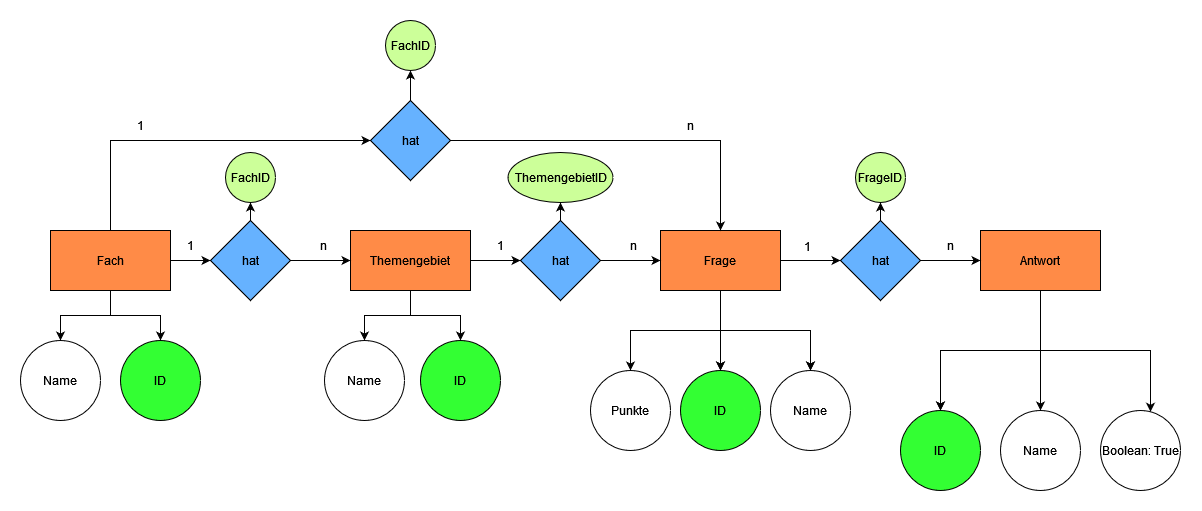
Earlier version of the draw.io export Report/DatenbankModell/ER-Diagramm_Datenbank_Bunt.drawio.png (Hinotori91/Exam-CRUD-Backend). Source tidied: cells renumbered, new cells last; positions are measured from the earlier drawing's top-left corner, leaving out a move shared by most shapes.
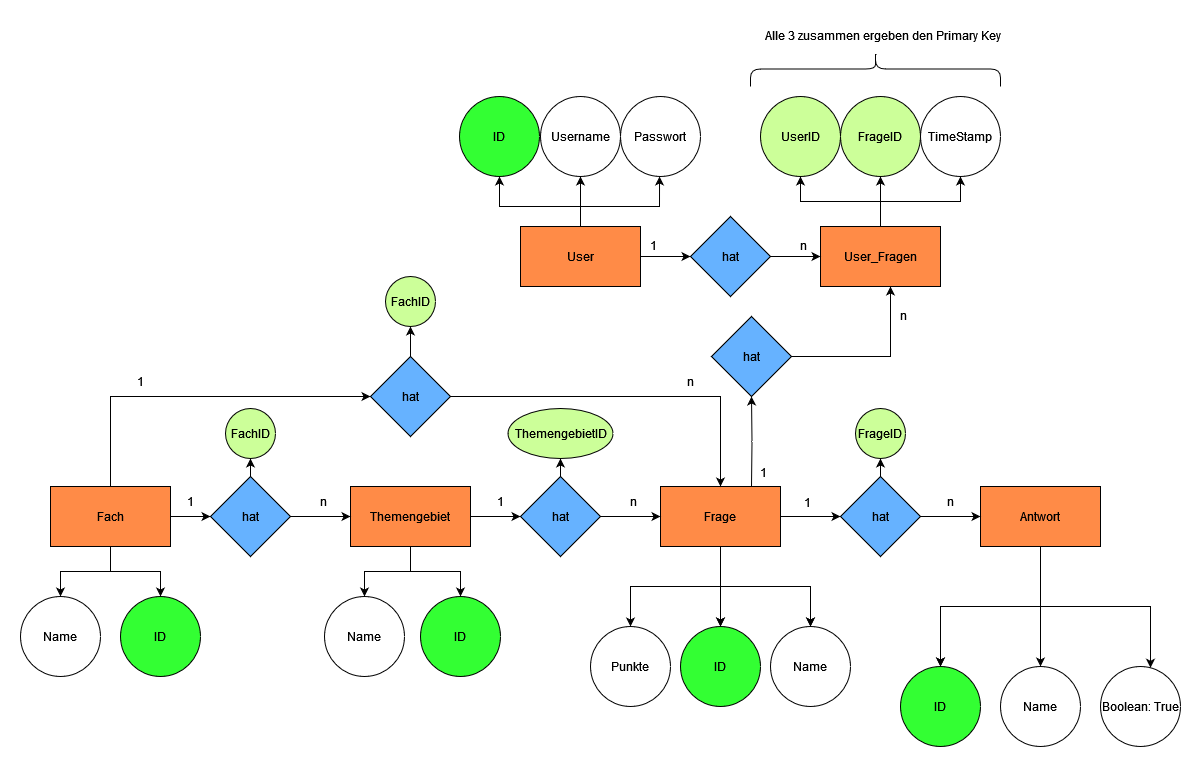
Later version of the same file.

What changed in the source:
```diff
@@ -172,5 +172,103 @@
     <mxCell id="56" value="FrageID" style="ellipse;whiteSpace=wrap;html=1;rounded=0;fillColor=#CCFF99;" parent="1" vertex="1">
       <mxGeometry x="835" y="132" width="50" height="50" as="geometry" />
     </mxCell>
+    <mxCell id="57" style="edgeStyle=orthogonalEdgeStyle;rounded=0;jettySize=auto;html=1;exitX=1;exitY=0.5;exitDx=0;exitDy=0;" parent="1" edge="1" target="69">
+      <mxGeometry relative="1" as="geometry">
+        <mxPoint x="771" y="80" as="sourcePoint" />
+        <Array as="points">
+          <mxPoint x="870" y="80" />
+        </Array>
+      </mxGeometry>
+    </mxCell>
+    <mxCell id="58" style="edgeStyle=orthogonalEdgeStyle;rounded=0;jettySize=auto;html=1;exitX=0.5;exitY=0;exitDx=0;exitDy=0;entryX=0.5;entryY=1;entryDx=0;entryDy=0;" parent="1" edge="1" source="62" target="63">
+      <mxGeometry relative="1" as="geometry">
+        <Array as="points">
+          <mxPoint x="560" y="-70" />
+          <mxPoint x="479" y="-70" />
+        </Array>
+      </mxGeometry>
+    </mxCell>
+    <mxCell id="59" style="edgeStyle=orthogonalEdgeStyle;rounded=0;orthogonalLoop=1;jettySize=auto;html=1;entryX=0.588;entryY=1;entryDx=0;entryDy=0;entryPerimeter=0;" parent="1" edge="1">
+      <mxGeometry relative="1" as="geometry">
+        <mxPoint x="552" y="-50" as="sourcePoint" />
+        <mxPoint x="639" y="-100" as="targetPoint" />
+        <Array as="points">
+          <mxPoint x="560" y="-50" />
+          <mxPoint x="560" y="-70" />
+          <mxPoint x="639" y="-70" />
+        </Array>
+      </mxGeometry>
+    </mxCell>
+    <mxCell id="60" style="edgeStyle=orthogonalEdgeStyle;rounded=0;jettySize=auto;html=1;entryX=0.5;entryY=1;entryDx=0;entryDy=0;" parent="1" edge="1" source="62" target="65">
+      <mxGeometry relative="1" as="geometry" />
+    </mxCell>
+    <mxCell id="61" style="edgeStyle=orthogonalEdgeStyle;rounded=0;jettySize=auto;html=1;" parent="1" edge="1" source="62" target="74">
+      <mxGeometry relative="1" as="geometry" />
+    </mxCell>
+    <mxCell id="62" value="User" style="rounded=0;whiteSpace=wrap;html=1;fillColor=#FF8B47;" parent="1" vertex="1">
+      <mxGeometry x="500" y="-50" width="120" height="60" as="geometry" />
+    </mxCell>
+    <mxCell id="63" value="ID" style="ellipse;whiteSpace=wrap;html=1;rounded=0;fillColor=#33FF33;" parent="1" vertex="1">
+      <mxGeometry x="439" y="-180" width="80" height="80" as="geometry" />
+    </mxCell>
+    <mxCell id="64" value="Passwort" style="ellipse;whiteSpace=wrap;html=1;rounded=0;" parent="1" vertex="1">
+      <mxGeometry x="600" y="-180" width="80" height="80" as="geometry" />
+    </mxCell>
+    <mxCell id="65" value="Username" style="ellipse;whiteSpace=wrap;html=1;rounded=0;" parent="1" vertex="1">
+      <mxGeometry x="520" y="-180" width="80" height="80" as="geometry" />
+    </mxCell>
+    <mxCell id="66" style="edgeStyle=orthogonalEdgeStyle;rounded=0;jettySize=auto;html=1;entryX=0.5;entryY=1;entryDx=0;entryDy=0;" parent="1" edge="1" source="69" target="71">
+      <mxGeometry relative="1" as="geometry" />
+    </mxCell>
+    <mxCell id="67" style="edgeStyle=orthogonalEdgeStyle;rounded=0;jettySize=auto;html=1;entryX=0.5;entryY=1;entryDx=0;entryDy=0;" parent="1" edge="1" source="69" target="70">
+      <mxGeometry relative="1" as="geometry" />
+    </mxCell>
+    <mxCell id="68" style="edgeStyle=orthogonalEdgeStyle;rounded=0;jettySize=auto;html=1;entryX=0.5;entryY=1;entryDx=0;entryDy=0;" parent="1" edge="1" source="69" target="72">
+      <mxGeometry relative="1" as="geometry" />
+    </mxCell>
+    <mxCell id="69" value="&lt;div&gt;User_Fragen&lt;/div&gt;" style="rounded=0;whiteSpace=wrap;html=1;fillColor=#FF8B47;" parent="1" vertex="1">
+      <mxGeometry x="800" y="-50" width="120" height="60" as="geometry" />
+    </mxCell>
+    <mxCell id="70" value="FrageID" style="ellipse;whiteSpace=wrap;html=1;rounded=0;fillColor=#CCFF99;" parent="1" vertex="1">
+      <mxGeometry x="820" y="-180" width="80" height="80" as="geometry" />
+    </mxCell>
+    <mxCell id="71" value="UserID" style="ellipse;whiteSpace=wrap;html=1;rounded=0;fillColor=#CCFF99;" parent="1" vertex="1">
+      <mxGeometry x="740" y="-180" width="80" height="80" as="geometry" />
+    </mxCell>
+    <mxCell id="72" value="TimeStamp" style="ellipse;whiteSpace=wrap;html=1;rounded=0;" parent="1" vertex="1">
+      <mxGeometry x="900" y="-180" width="80" height="80" as="geometry" />
+    </mxCell>
+    <mxCell id="73" style="edgeStyle=orthogonalEdgeStyle;rounded=0;jettySize=auto;html=1;entryX=0;entryY=0.5;entryDx=0;entryDy=0;" parent="1" edge="1" source="74" target="69">
+      <mxGeometry relative="1" as="geometry" />
+    </mxCell>
+    <mxCell id="74" value="hat" style="rhombus;whiteSpace=wrap;html=1;rounded=0;fillColor=#66B2FF;" parent="1" vertex="1">
+      <mxGeometry x="670" y="-60" width="80" height="80" as="geometry" />
+    </mxCell>
+    <mxCell id="75" value="1" style="text;html=1;strokeColor=none;fillColor=none;align=center;verticalAlign=middle;whiteSpace=wrap;rounded=0;" parent="1" vertex="1">
+      <mxGeometry x="713" y="181" width="60" height="30" as="geometry" />
+    </mxCell>
+    <mxCell id="76" value="1" style="text;html=1;strokeColor=none;fillColor=none;align=center;verticalAlign=middle;whiteSpace=wrap;rounded=0;" parent="1" vertex="1">
+      <mxGeometry x="603" y="-46" width="60" height="30" as="geometry" />
+    </mxCell>
+    <mxCell id="77" value="n" style="text;html=1;strokeColor=none;fillColor=none;align=center;verticalAlign=middle;whiteSpace=wrap;rounded=0;" parent="1" vertex="1">
+      <mxGeometry x="753" y="-46" width="60" height="30" as="geometry" />
+    </mxCell>
+    <mxCell id="78" value="n" style="text;html=1;strokeColor=none;fillColor=none;align=center;verticalAlign=middle;whiteSpace=wrap;rounded=0;" parent="1" vertex="1">
+      <mxGeometry x="853" y="24" width="60" height="30" as="geometry" />
+    </mxCell>
+    <mxCell id="79" value="hat" style="rhombus;whiteSpace=wrap;html=1;rounded=0;fillColor=#66B2FF;" parent="1" vertex="1">
+      <mxGeometry x="691" y="40" width="80" height="80" as="geometry" />
+    </mxCell>
+    <mxCell id="80" style="edgeStyle=orthogonalEdgeStyle;rounded=0;jettySize=auto;html=1;" parent="1" edge="1" target="79">
+      <mxGeometry relative="1" as="geometry">
+        <mxPoint x="731" y="210" as="sourcePoint" />
+      </mxGeometry>
+    </mxCell>
+    <mxCell id="81" style="shape=curlyBracket;whiteSpace=wrap;html=1;rounded=1;labelPosition=left;verticalLabelPosition=middle;align=right;verticalAlign=middle;rotation=90;" parent="1" vertex="1">
+      <mxGeometry x="837.5" y="-332.5" width="35" height="250" as="geometry" />
+    </mxCell>
+    <mxCell id="82" value="Alle 3 zusammen ergeben den Primary Key" style="text;html=1;strokeColor=none;fillColor=none;align=center;verticalAlign=middle;whiteSpace=wrap;rounded=0;" parent="1" vertex="1">
+      <mxGeometry x="736" y="-256" width="254" height="30" as="geometry" />
+    </mxCell>
   </root>
 </mxGraphModel>
```
